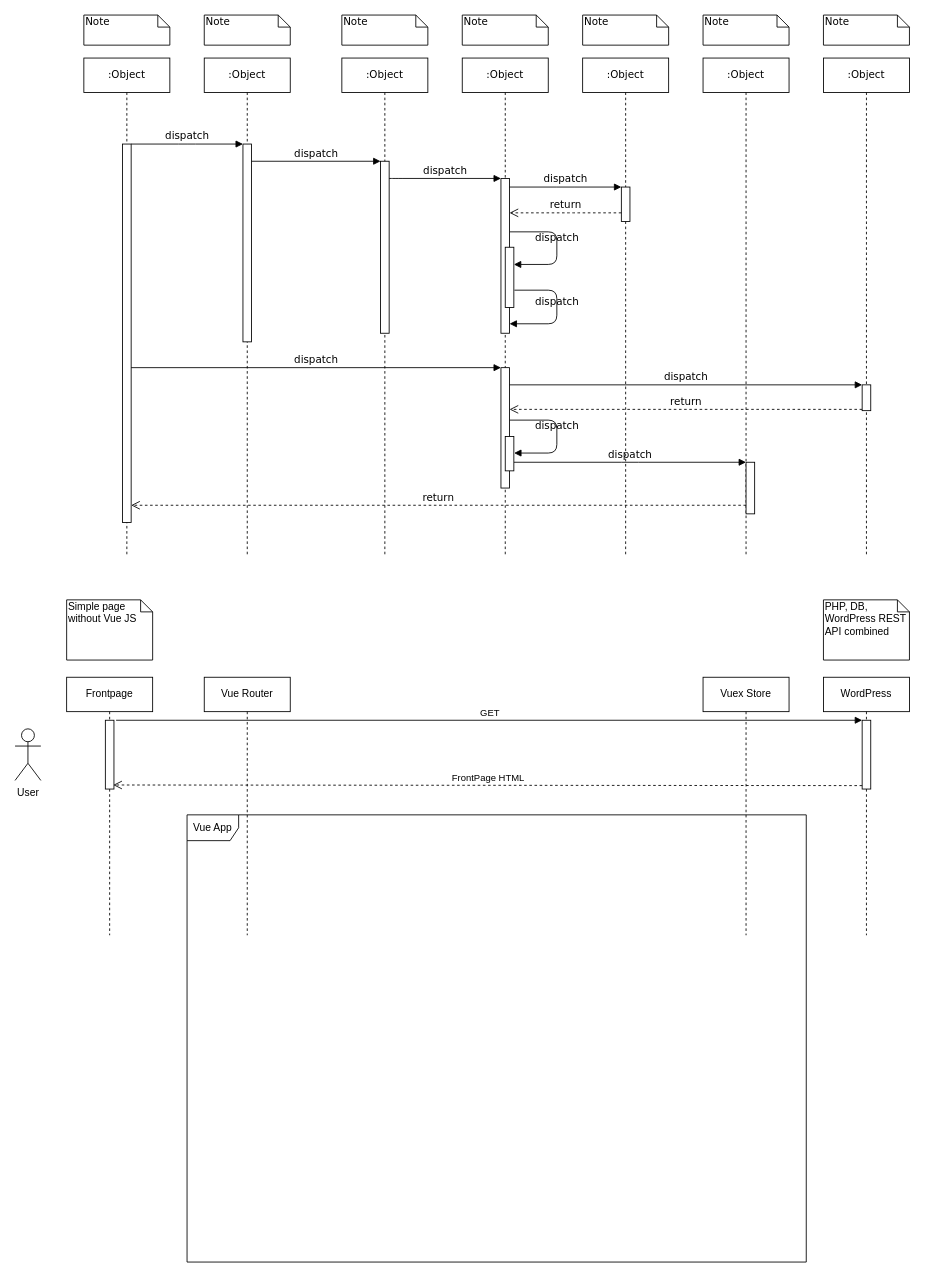
Earlier version of the draw.io diagram welcome-dog.drawio (kpoxo6op/docs). Source tidied: cells renumbered, new cells numbered last; positions are measured from the earlier drawing's top-left corner, leaving out a move shared by most shapes. Both pictures are drawn from the tidied source at 86%, with x=0, y=0 at pixel (15, 15).
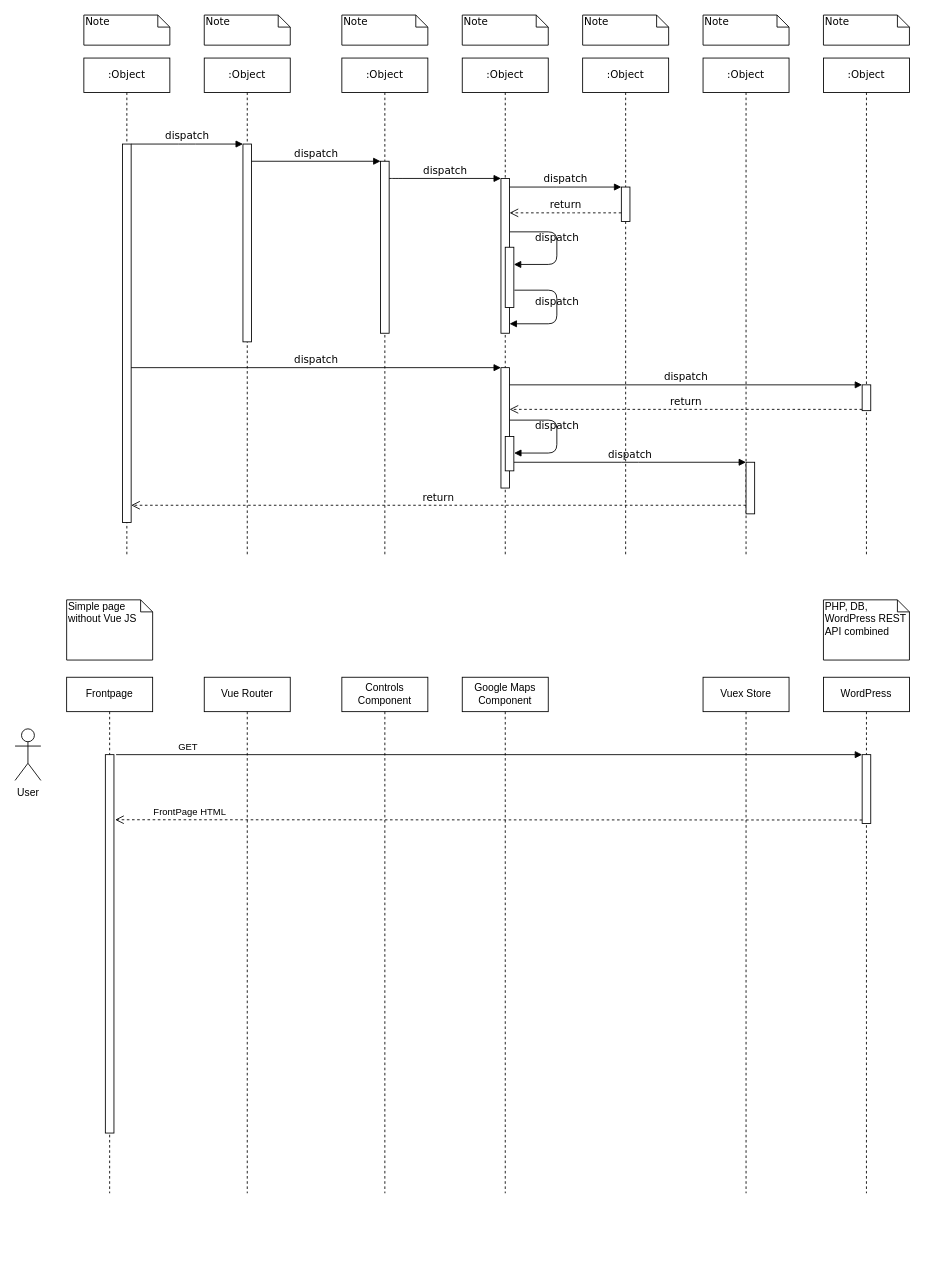
Above is the later version.

Diff of the diagram source:
```diff
@@
     <mxCell id="41" value="Frontpage" style="shape=umlLifeline;perimeter=lifelinePerimeter;whiteSpace=wrap;html=1;" parent="1" vertex="1">
-      <mxGeometry x="60" y="770" width="100" height="300" as="geometry" />
+      <mxGeometry x="60" y="770" width="100" height="600" as="geometry" />
     </mxCell>
     <mxCell id="42" value="WordPress" style="shape=umlLifeline;perimeter=lifelinePerimeter;whiteSpace=wrap;html=1;" parent="1" vertex="1">
-      <mxGeometry x="940" y="770" width="100" height="300" as="geometry" />
+      <mxGeometry x="940" y="770" width="100" height="600" as="geometry" />
     </mxCell>
     <mxCell id="43" style="html=1;points=[];perimeter=orthogonalPerimeter;" parent="1" vertex="1">
-      <mxGeometry x="985" y="820" width="10" height="80" as="geometry" />
+      <mxGeometry x="985" y="860" width="10" height="80" as="geometry" />
     </mxCell>
     <mxCell id="44" value="GET" style="html=1;verticalAlign=bottom;endArrow=block;entryX=0;entryY=0;exitX=1.25;exitY=0;exitDx=0;exitDy=0;exitPerimeter=0;" parent="1" edge="1" source="46" target="43">
-      <mxGeometry relative="1" as="geometry" />
+      <mxGeometry x="-0.81" relative="1" as="geometry">
+        <mxPoint x="1" as="offset" />
+      </mxGeometry>
     </mxCell>
-    <mxCell id="45" value="FrontPage HTML" style="html=1;verticalAlign=bottom;endArrow=open;dashed=1;endSize=8;exitX=0;exitY=0.95;entryX=0.917;entryY=0.941;entryDx=0;entryDy=0;entryPerimeter=0;" parent="1" edge="1" source="43" target="46">
-      <mxGeometry relative="1" as="geometry" />
+    <mxCell id="45" value="FrontPage HTML" style="html=1;verticalAlign=bottom;endArrow=open;dashed=1;endSize=8;exitX=0;exitY=0.95;entryX=1.133;entryY=0.172;entryDx=0;entryDy=0;entryPerimeter=0;" parent="1" edge="1" source="43" target="46">
+      <mxGeometry x="0.8" relative="1" as="geometry" />
     </mxCell>
     <mxCell id="46" style="html=1;points=[];perimeter=orthogonalPerimeter;" parent="1" vertex="1">
-      <mxGeometry x="105" y="820" width="10" height="80" as="geometry" />
+      <mxGeometry x="105" y="860" width="10" height="440" as="geometry" />
     </mxCell>
@@
     <mxCell id="48" value="Vuex Store" style="shape=umlLifeline;perimeter=lifelinePerimeter;whiteSpace=wrap;html=1;" parent="1" vertex="1">
-      <mxGeometry x="800" y="770" width="100" height="300" as="geometry" />
+      <mxGeometry x="800" y="770" width="100" height="600" as="geometry" />
     </mxCell>
     <mxCell id="49" value="Vue Router" style="shape=umlLifeline;perimeter=lifelinePerimeter;whiteSpace=wrap;html=1;" parent="1" vertex="1">
-      <mxGeometry x="220" y="770" width="100" height="300" as="geometry" />
+      <mxGeometry x="220" y="770" width="100" height="600" as="geometry" />
     </mxCell>
-    <mxCell id="50" value="Vue App" style="shape=umlFrame;whiteSpace=wrap;html=1;" parent="1" vertex="1">
-      <mxGeometry x="200" y="930" width="720" height="520" as="geometry" />
-    </mxCell>
+    <mxCell id="51" value="Controls Component" style="shape=umlLifeline;perimeter=lifelinePerimeter;whiteSpace=wrap;html=1;" parent="1" vertex="1">
+      <mxGeometry x="380" y="770" width="100" height="600" as="geometry" />
+    </mxCell>
+    <mxCell id="52" value="Google Maps Component" style="shape=umlLifeline;perimeter=lifelinePerimeter;whiteSpace=wrap;html=1;" parent="1" vertex="1">
+      <mxGeometry x="520" y="770" width="100" height="600" as="geometry" />
+    </mxCell>
```
